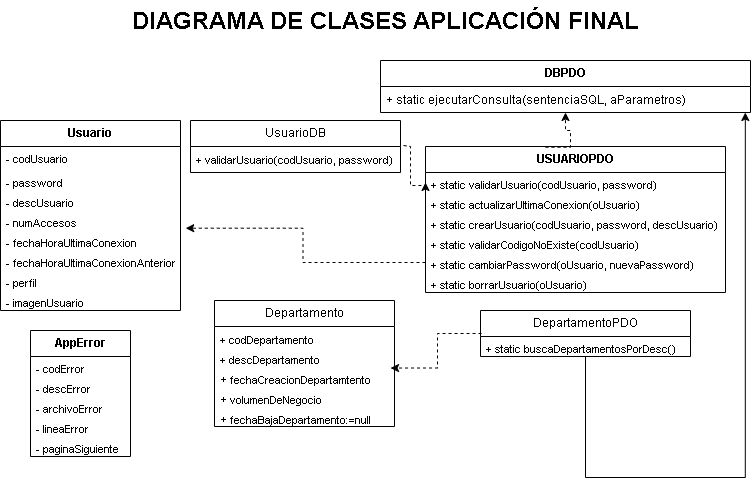
Above: webroot/images/DiagramaClasesAppFinal2.png in verogmayo/VGDWESAplicacionFinal (draw.io), before the change. Source tidied: cells renumbered, new cells last; positions are measured from the earlier drawing's top-left corner, leaving out a move shared by most shapes.
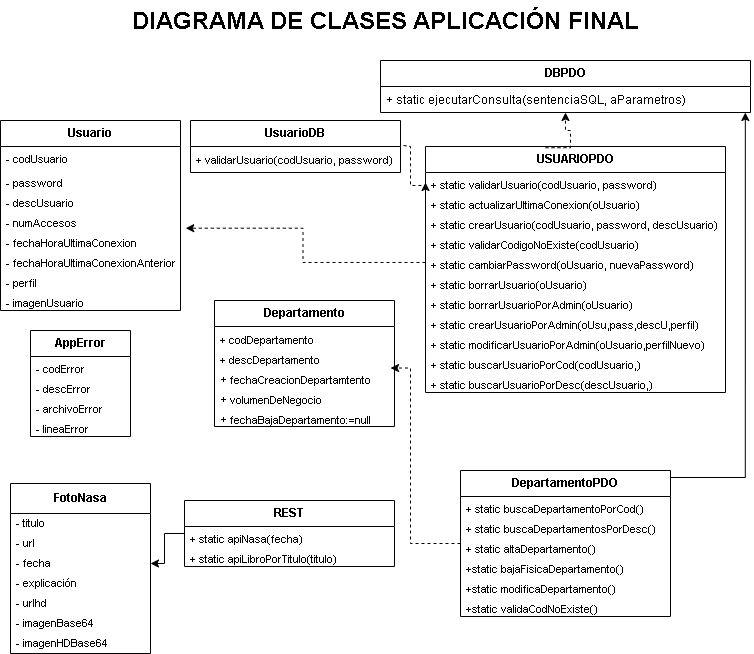
After the change.

What changed in the source:
```diff
@@ -9,7 +9,7 @@
       <mxGeometry y="26" width="370" height="26" as="geometry" />
     </mxCell>
     <mxCell id="4" value="&lt;b&gt;USUARIOPDO&lt;/b&gt;" style="swimlane;fontStyle=0;horizontal=1;startSize=26;fillColor=none;whiteSpace=wrap;html=1;" parent="1" vertex="1">
-      <mxGeometry x="425" y="146" width="300" height="146" as="geometry" />
+      <mxGeometry x="425" y="146" width="300" height="246" as="geometry" />
     </mxCell>
     <mxCell id="5" value="+ static validarUsuario(codUsuario, password)" style="text;strokeColor=none;fillColor=none;align=left;verticalAlign=top;spacingLeft=4;spacingRight=4;overflow=hidden;points=[[0,0.5],[1,0.5]];portConstraint=eastwest;whiteSpace=wrap;html=1;fontSize=11;" parent="4" vertex="1">
       <mxGeometry y="26" width="300" height="20" as="geometry" />
@@ -29,6 +29,21 @@
     <mxCell id="10" value="+ static&amp;nbsp;borrarUsuario(oUsuario)" style="text;strokeColor=none;fillColor=none;align=left;verticalAlign=top;spacingLeft=4;spacingRight=4;overflow=hidden;whiteSpace=wrap;html=1;fontSize=11;" parent="4" vertex="1">
       <mxGeometry y="126" width="300" height="20" as="geometry" />
     </mxCell>
+    <mxCell id="42" value="+ static&amp;nbsp;borrarUsuarioPorAdmin(oUsuario)" style="text;strokeColor=none;fillColor=none;align=left;verticalAlign=top;spacingLeft=4;spacingRight=4;overflow=hidden;whiteSpace=wrap;html=1;fontSize=11;" parent="4" vertex="1">
+      <mxGeometry y="146" width="300" height="20" as="geometry" />
+    </mxCell>
+    <mxCell id="43" value="+ static crearUsuarioPorAdmin(oUsu,pass,descU,perfil)" style="text;strokeColor=none;fillColor=none;align=left;verticalAlign=top;spacingLeft=4;spacingRight=4;overflow=hidden;whiteSpace=wrap;html=1;fontSize=11;" parent="4" vertex="1">
+      <mxGeometry y="166" width="300" height="20" as="geometry" />
+    </mxCell>
+    <mxCell id="44" value="+ static modificarUsuarioPorAdmin(oUsuario,perfilNuevo)" style="text;strokeColor=none;fillColor=none;align=left;verticalAlign=top;spacingLeft=4;spacingRight=4;overflow=hidden;whiteSpace=wrap;html=1;fontSize=11;" parent="4" vertex="1">
+      <mxGeometry y="186" width="300" height="20" as="geometry" />
+    </mxCell>
+    <mxCell id="45" value="+ static buscarUsuarioPorCod(codUsuario,)" style="text;strokeColor=none;fillColor=none;align=left;verticalAlign=top;spacingLeft=4;spacingRight=4;overflow=hidden;whiteSpace=wrap;html=1;fontSize=11;" parent="4" vertex="1">
+      <mxGeometry y="206" width="300" height="20" as="geometry" />
+    </mxCell>
+    <mxCell id="46" value="+ static buscarUsuarioPorDesc(descUsuario,)" style="text;strokeColor=none;fillColor=none;align=left;verticalAlign=top;spacingLeft=4;spacingRight=4;overflow=hidden;whiteSpace=wrap;html=1;fontSize=11;" parent="4" vertex="1">
+      <mxGeometry y="226" width="300" height="20" as="geometry" />
+    </mxCell>
     <mxCell id="11" value="&lt;b&gt;Usuario&lt;/b&gt;" style="swimlane;fontStyle=0;horizontal=1;startSize=26;fillColor=none;whiteSpace=wrap;html=1;" parent="1" vertex="1">
       <mxGeometry y="120" width="180" height="190" as="geometry" />
     </mxCell>
@@ -60,7 +75,7 @@
       <mxGeometry relative="1" as="geometry" />
     </mxCell>
     <mxCell id="21" value="&lt;b&gt;&lt;font style=&quot;font-size: 12px;&quot;&gt;AppError&lt;/font&gt;&lt;/b&gt;" style="swimlane;fontStyle=0;horizontal=1;startSize=26;fillColor=none;whiteSpace=wrap;html=1;fontSize=11;" parent="1" vertex="1">
-      <mxGeometry x="30" y="330" width="100" height="126" as="geometry" />
+      <mxGeometry x="30" y="330" width="100" height="106" as="geometry" />
     </mxCell>
     <mxCell id="22" value="- codError" style="text;strokeColor=none;fillColor=none;align=left;verticalAlign=top;spacingLeft=4;spacingRight=4;overflow=hidden;whiteSpace=wrap;html=1;fontSize=11;" parent="21" vertex="1">
       <mxGeometry y="26" width="100" height="20" as="geometry" />
@@ -74,9 +89,6 @@
     <mxCell id="25" value="- lineaError" style="text;strokeColor=none;fillColor=none;align=left;verticalAlign=top;spacingLeft=4;spacingRight=4;overflow=hidden;whiteSpace=wrap;html=1;fontSize=11;" parent="21" vertex="1">
       <mxGeometry y="86" width="100" height="20" as="geometry" />
     </mxCell>
-    <mxCell id="26" value="- paginaSiguiente" style="text;strokeColor=none;fillColor=none;align=left;verticalAlign=top;spacingLeft=4;spacingRight=4;overflow=hidden;whiteSpace=wrap;html=1;fontSize=11;" parent="21" vertex="1">
-      <mxGeometry y="106" width="100" height="20" as="geometry" />
-    </mxCell>
     <mxCell id="27" style="edgeStyle=orthogonalEdgeStyle;rounded=0;jettySize=auto;html=1;dashed=1;exitX=0.4;exitY=0.005;exitDx=0;exitDy=0;exitPerimeter=0;" parent="1" edge="1" source="4" target="3">
       <mxGeometry relative="1" as="geometry">
         <Array as="points">
@@ -96,13 +108,13 @@
         </Array>
       </mxGeometry>
     </mxCell>
-    <mxCell id="30" value="UsuarioDB" style="swimlane;fontStyle=0;horizontal=1;startSize=26;fillColor=none;whiteSpace=wrap;html=1;fontSize=12;" parent="1" vertex="1">
+    <mxCell id="30" value="&lt;b&gt;UsuarioDB&lt;/b&gt;" style="swimlane;fontStyle=0;horizontal=1;startSize=26;fillColor=none;whiteSpace=wrap;html=1;fontSize=12;" parent="1" vertex="1">
       <mxGeometry x="190" y="120" width="210" height="52" as="geometry" />
     </mxCell>
     <mxCell id="31" value="&lt;font style=&quot;font-size: 11px;&quot;&gt;+ validarUsuario(codUsuario, password)&lt;/font&gt;" style="text;strokeColor=none;fillColor=none;align=left;verticalAlign=top;spacingLeft=4;spacingRight=4;overflow=hidden;points=[[0,0.5],[1,0.5]];portConstraint=eastwest;whiteSpace=wrap;html=1;" parent="30" vertex="1">
       <mxGeometry y="26" width="210" height="26" as="geometry" />
     </mxCell>
-    <mxCell id="32" value="Departamento" style="swimlane;fontStyle=0;horizontal=1;startSize=26;fillColor=none;whiteSpace=wrap;html=1;" parent="1" vertex="1">
+    <mxCell id="32" value="&lt;b&gt;Departamento&lt;/b&gt;" style="swimlane;fontStyle=0;horizontal=1;startSize=26;fillColor=none;whiteSpace=wrap;html=1;" parent="1" vertex="1">
       <mxGeometry x="214" y="300" width="180" height="126" as="geometry" />
     </mxCell>
     <mxCell id="33" value="&lt;font style=&quot;font-size: 11px;&quot;&gt;+ codDepartamento&lt;/font&gt;" style="text;strokeColor=none;fillColor=none;align=left;verticalAlign=top;spacingLeft=4;spacingRight=4;overflow=hidden;whiteSpace=wrap;html=1;" parent="32" vertex="1">
@@ -120,9 +132,14 @@
     <mxCell id="37" value="+ &lt;span style=&quot;font-size: 11px;&quot;&gt;fechaBajaDepartamento:=null&lt;/span&gt;" style="text;strokeColor=none;fillColor=none;align=left;verticalAlign=top;spacingLeft=4;spacingRight=4;overflow=hidden;whiteSpace=wrap;html=1;" parent="32" vertex="1">
       <mxGeometry y="106" width="180" height="20" as="geometry" />
     </mxCell>
-    <mxCell id="38" style="edgeStyle=orthogonalEdgeStyle;rounded=0;jettySize=auto;html=1;entryX=0.978;entryY=0.077;entryDx=0;entryDy=0;entryPerimeter=0;dashed=1;exitX=0.005;exitY=-0.15;exitDx=0;exitDy=0;exitPerimeter=0;" parent="1" edge="1" source="41" target="35">
-      <mxGeometry relative="1" as="geometry" />
-    </mxCell>
+    <mxCell id="47" style="edgeStyle=orthogonalEdgeStyle;rounded=0;jettySize=auto;html=1;entryX=0.978;entryY=0.077;entryDx=0;entryDy=0;entryPerimeter=0;dashed=1;" parent="1" edge="1" source="40" target="35">
+      <mxGeometry relative="1" as="geometry">
+        <Array as="points">
+          <mxPoint x="410" y="543" />
+          <mxPoint x="410" y="368" />
+        </Array>
+      </mxGeometry>
+    </mxCell>
     <mxCell id="39" style="edgeStyle=orthogonalEdgeStyle;rounded=0;jettySize=auto;html=1;entryX=0.986;entryY=1;entryDx=0;entryDy=0;entryPerimeter=0;" parent="1" edge="1" source="40" target="3">
       <mxGeometry relative="1" as="geometry">
         <Array as="points">
@@ -130,11 +147,62 @@
         </Array>
       </mxGeometry>
     </mxCell>
-    <mxCell id="40" value="DepartamentoPDO" style="swimlane;fontStyle=0;horizontal=1;startSize=26;fillColor=none;whiteSpace=wrap;html=1;" parent="1" vertex="1">
-      <mxGeometry x="480" y="310" width="210" height="46" as="geometry" />
+    <mxCell id="40" value="&lt;b&gt;DepartamentoPDO&lt;/b&gt;" style="swimlane;fontStyle=0;horizontal=1;startSize=26;fillColor=none;whiteSpace=wrap;html=1;" parent="1" vertex="1">
+      <mxGeometry x="460" y="470" width="210" height="146" as="geometry" />
     </mxCell>
+    <mxCell id="48" value="+&amp;nbsp;static buscaDepartamentoPorCod()" style="text;strokeColor=none;fillColor=none;align=left;verticalAlign=top;spacingLeft=4;spacingRight=4;overflow=hidden;whiteSpace=wrap;html=1;fontSize=11;" parent="40" vertex="1">
+      <mxGeometry y="26" width="210" height="20" as="geometry" />
+    </mxCell>
     <mxCell id="41" value="+&amp;nbsp;static buscaDepartamentosPorDesc()" style="text;strokeColor=none;fillColor=none;align=left;verticalAlign=top;spacingLeft=4;spacingRight=4;overflow=hidden;points=[[0,0.5],[1,0.5]];portConstraint=eastwest;whiteSpace=wrap;html=1;fontSize=11;" parent="40" vertex="1">
-      <mxGeometry y="26" width="210" height="20" as="geometry" />
+      <mxGeometry y="46" width="210" height="20" as="geometry" />
     </mxCell>
+    <mxCell id="49" value="+ static altaDepartamento()" style="text;strokeColor=none;fillColor=none;align=left;verticalAlign=top;spacingLeft=4;spacingRight=4;overflow=hidden;whiteSpace=wrap;html=1;fontSize=11;" parent="40" vertex="1">
+      <mxGeometry y="66" width="210" height="20" as="geometry" />
+    </mxCell>
+    <mxCell id="50" value="+static bajaFisicaDepartamento()" style="text;strokeColor=none;fillColor=none;align=left;verticalAlign=top;spacingLeft=4;spacingRight=4;overflow=hidden;whiteSpace=wrap;html=1;fontSize=11;" parent="40" vertex="1">
+      <mxGeometry y="86" width="210" height="20" as="geometry" />
+    </mxCell>
+    <mxCell id="51" value="+static modificaDepartamento()" style="text;strokeColor=none;fillColor=none;align=left;verticalAlign=top;spacingLeft=4;spacingRight=4;overflow=hidden;whiteSpace=wrap;html=1;fontSize=11;" parent="40" vertex="1">
+      <mxGeometry y="106" width="210" height="20" as="geometry" />
+    </mxCell>
+    <mxCell id="52" value="+static validaCodNoExiste()" style="text;strokeColor=none;fillColor=none;align=left;verticalAlign=top;spacingLeft=4;spacingRight=4;overflow=hidden;whiteSpace=wrap;html=1;fontSize=11;" parent="40" vertex="1">
+      <mxGeometry y="126" width="210" height="20" as="geometry" />
+    </mxCell>
+    <mxCell id="53" value="&lt;b&gt;&lt;font style=&quot;font-size: 12px;&quot;&gt;FotoNasa&lt;/font&gt;&lt;/b&gt;" style="swimlane;fontStyle=0;horizontal=1;startSize=30;whiteSpace=wrap;html=1;fontSize=11;" parent="1" vertex="1">
+      <mxGeometry x="10" y="483" width="140" height="170" as="geometry" />
+    </mxCell>
+    <mxCell id="54" value="&lt;font style=&quot;font-size: 11px;&quot;&gt;- titulo&lt;/font&gt;" style="text;strokeColor=none;fillColor=none;align=left;verticalAlign=middle;spacingLeft=4;spacingRight=4;overflow=hidden;whiteSpace=wrap;html=1;" parent="53" vertex="1">
+      <mxGeometry y="30" width="140" height="20" as="geometry" />
+    </mxCell>
+    <mxCell id="55" value="- url" style="text;strokeColor=none;fillColor=none;align=left;verticalAlign=middle;spacingLeft=4;spacingRight=4;overflow=hidden;whiteSpace=wrap;html=1;fontSize=11;" parent="53" vertex="1">
+      <mxGeometry y="50" width="140" height="20" as="geometry" />
+    </mxCell>
+    <mxCell id="56" value="- fecha" style="text;strokeColor=none;fillColor=none;align=left;verticalAlign=middle;spacingLeft=4;spacingRight=4;overflow=hidden;points=[[0,0.5],[1,0.5]];portConstraint=eastwest;whiteSpace=wrap;html=1;fontSize=11;" parent="53" vertex="1">
+      <mxGeometry y="70" width="140" height="20" as="geometry" />
+    </mxCell>
+    <mxCell id="57" value="- explicación" style="text;strokeColor=none;fillColor=none;align=left;verticalAlign=middle;spacingLeft=4;spacingRight=4;overflow=hidden;whiteSpace=wrap;html=1;fontSize=11;" parent="53" vertex="1">
+      <mxGeometry y="90" width="140" height="20" as="geometry" />
+    </mxCell>
+    <mxCell id="58" value="- urlhd" style="text;strokeColor=none;fillColor=none;align=left;verticalAlign=middle;spacingLeft=4;spacingRight=4;overflow=hidden;whiteSpace=wrap;html=1;fontSize=11;" parent="53" vertex="1">
+      <mxGeometry y="110" width="140" height="20" as="geometry" />
+    </mxCell>
+    <mxCell id="59" value="- imagenBase64" style="text;strokeColor=none;fillColor=none;align=left;verticalAlign=middle;spacingLeft=4;spacingRight=4;overflow=hidden;whiteSpace=wrap;html=1;fontSize=11;" parent="53" vertex="1">
+      <mxGeometry y="130" width="140" height="20" as="geometry" />
+    </mxCell>
+    <mxCell id="60" value="- imagenHDBase64" style="text;strokeColor=none;fillColor=none;align=left;verticalAlign=middle;spacingLeft=4;spacingRight=4;overflow=hidden;whiteSpace=wrap;html=1;fontSize=11;" parent="53" vertex="1">
+      <mxGeometry y="150" width="140" height="20" as="geometry" />
+    </mxCell>
+    <mxCell id="61" style="edgeStyle=orthogonalEdgeStyle;rounded=0;jettySize=auto;html=1;" parent="1" edge="1" source="62" target="56">
+      <mxGeometry relative="1" as="geometry" />
+    </mxCell>
+    <mxCell id="62" value="REST" style="swimlane;fontStyle=1;horizontal=1;startSize=26;fillColor=none;whiteSpace=wrap;html=1;" parent="1" vertex="1">
+      <mxGeometry x="184" y="500" width="210" height="66" as="geometry" />
+    </mxCell>
+    <mxCell id="63" value="+&amp;nbsp;static apiNasa(fecha)" style="text;strokeColor=none;fillColor=none;align=left;verticalAlign=top;spacingLeft=4;spacingRight=4;overflow=hidden;whiteSpace=wrap;html=1;fontSize=11;" parent="62" vertex="1">
+      <mxGeometry y="26" width="210" height="20" as="geometry" />
+    </mxCell>
+    <mxCell id="64" value="+ static apiLibroPorTitulo(titulo)" style="text;strokeColor=none;fillColor=none;align=left;verticalAlign=top;spacingLeft=4;spacingRight=4;overflow=hidden;whiteSpace=wrap;html=1;fontSize=11;" parent="62" vertex="1">
+      <mxGeometry y="46" width="210" height="20" as="geometry" />
+    </mxCell>
   </root>
 </mxGraphModel>
```
